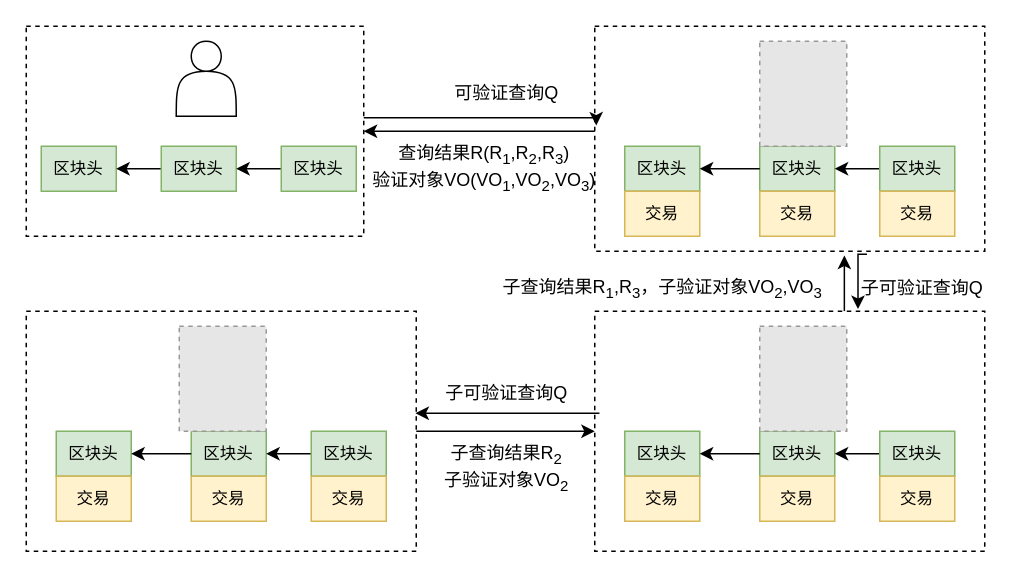
jue73/7339 keeps this draw.io diagram as page "3.7" (9 of 21) of 未命名绘图.drawio. Above is the earlier version. Source tidied: cells renumbered, new cells numbered last; positions are measured from the earlier drawing's top-left corner, leaving out a move shared by most shapes. Both pictures are drawn from the tidied source at 150%, with x=0, y=0 at pixel (26, 26). Pictures stored in the file or linked from it are replaced by grey dashed boxes.
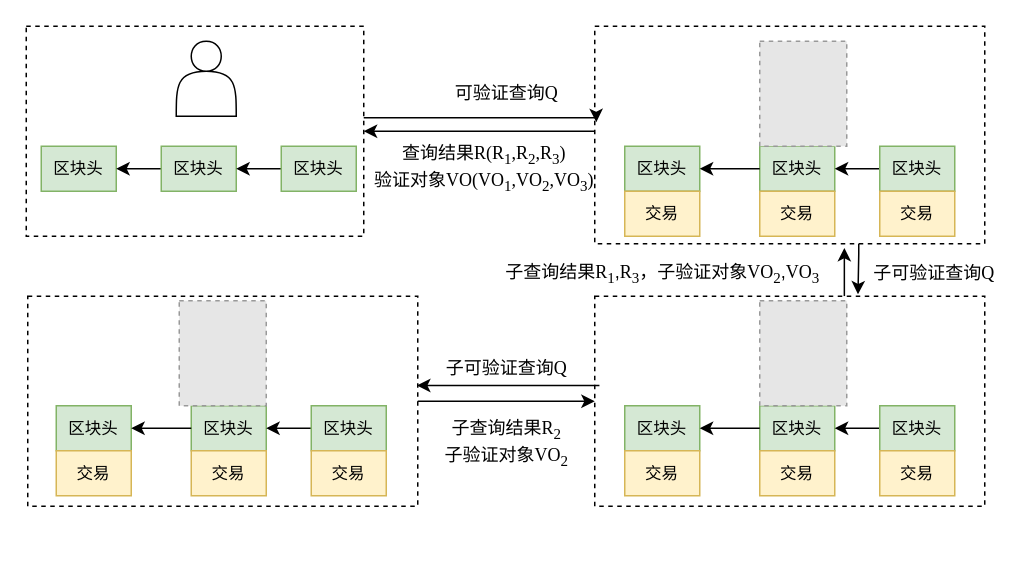
After the change.

What changed in the source:
```diff
@@
-    <mxCell id="2" style="edgeStyle=orthogonalEdgeStyle;rounded=0;jettySize=auto;html=1;exitX=0.698;exitY=1.013;exitDx=0;exitDy=0;entryX=0.675;entryY=-0.009;entryDx=0;entryDy=0;entryPerimeter=0;exitPerimeter=0;" parent="1" edge="1" source="3" target="35">
+    <mxCell id="2" style="edgeStyle=orthogonalEdgeStyle;rounded=0;jettySize=auto;html=1;entryX=0.675;entryY=-0.009;entryDx=0;entryDy=0;entryPerimeter=0;" parent="1" edge="1" target="35">
       <mxGeometry relative="1" as="geometry">
+        <mxPoint x="555" y="140" as="sourcePoint" />
         <Array as="points">
           <mxPoint x="555" y="152" />
         </Array>
       </mxGeometry>
     </mxCell>
     <mxCell id="3" style="rounded=0;whiteSpace=wrap;html=1;dashed=1;" parent="1" vertex="1">
-      <mxGeometry x="379" width="260" height="150" as="geometry" />
+      <mxGeometry x="379" width="260" height="145" as="geometry" />
     </mxCell>
-    <mxCell id="4" value="&lt;font face=&quot;Times New Roman&quot;&gt;&lt;span style=&quot;font-size: 11px;&quot;&gt;区块头&lt;/span&gt;&lt;/font&gt;" style="whiteSpace=wrap;html=1;fillColor=#d5e8d4;strokeColor=#82b366;" parent="1" vertex="1">
+    <mxCell id="4" value="&lt;span style=&quot;font-size: 11px;&quot;&gt;&lt;font face=&quot;宋体&quot;&gt;区块头&lt;/font&gt;&lt;/span&gt;" style="whiteSpace=wrap;html=1;fillColor=#d5e8d4;strokeColor=#82b366;" parent="1" vertex="1">
       <mxGeometry x="489" y="80" width="50" height="30" as="geometry" />
     </mxCell>
@@
-    <mxCell id="7" value="&lt;font face=&quot;Times New Roman&quot;&gt;&lt;span style=&quot;font-size: 11px;&quot;&gt;区块头&lt;/span&gt;&lt;/font&gt;" style="whiteSpace=wrap;html=1;fillColor=#d5e8d4;strokeColor=#82b366;" parent="1" vertex="1">
+    <mxCell id="7" value="&lt;span style=&quot;font-size: 11px;&quot;&gt;&lt;font face=&quot;宋体&quot;&gt;区块头&lt;/font&gt;&lt;/span&gt;" style="whiteSpace=wrap;html=1;fillColor=#d5e8d4;strokeColor=#82b366;" parent="1" vertex="1">
       <mxGeometry x="10" y="80" width="50" height="30" as="geometry" />
     </mxCell>
@@
-    <mxCell id="9" value="&lt;font face=&quot;Times New Roman&quot;&gt;&lt;span style=&quot;font-size: 11px;&quot;&gt;区块头&lt;/span&gt;&lt;/font&gt;" style="whiteSpace=wrap;html=1;fillColor=#d5e8d4;strokeColor=#82b366;" parent="1" vertex="1">
+    <mxCell id="9" value="&lt;span style=&quot;font-size: 11px;&quot;&gt;&lt;font face=&quot;宋体&quot;&gt;区块头&lt;/font&gt;&lt;/span&gt;" style="whiteSpace=wrap;html=1;fillColor=#d5e8d4;strokeColor=#82b366;" parent="1" vertex="1">
       <mxGeometry x="90" y="80" width="50" height="30" as="geometry" />
     </mxCell>
@@
-    <mxCell id="11" value="&lt;font face=&quot;Times New Roman&quot;&gt;&lt;span style=&quot;font-size: 11px;&quot;&gt;区块头&lt;/span&gt;&lt;/font&gt;" style="whiteSpace=wrap;html=1;fillColor=#d5e8d4;strokeColor=#82b366;" parent="1" vertex="1">
+    <mxCell id="11" value="&lt;span style=&quot;font-size: 11px;&quot;&gt;&lt;font face=&quot;宋体&quot;&gt;区块头&lt;/font&gt;&lt;/span&gt;" style="whiteSpace=wrap;html=1;fillColor=#d5e8d4;strokeColor=#82b366;" parent="1" vertex="1">
       <mxGeometry x="170" y="80" width="50" height="30" as="geometry" />
     </mxCell>
-    <mxCell id="12" value="&lt;font face=&quot;Times New Roman&quot;&gt;&lt;span style=&quot;font-size: 11px;&quot;&gt;区块头&lt;/span&gt;&lt;/font&gt;" style="whiteSpace=wrap;html=1;fillColor=#d5e8d4;strokeColor=#82b366;" parent="1" vertex="1">
+    <mxCell id="12" value="&lt;span style=&quot;font-size: 11px;&quot;&gt;&lt;font face=&quot;宋体&quot;&gt;区块头&lt;/font&gt;&lt;/span&gt;" style="whiteSpace=wrap;html=1;fillColor=#d5e8d4;strokeColor=#82b366;" parent="1" vertex="1">
       <mxGeometry x="399" y="80" width="50" height="30" as="geometry" />
     </mxCell>
-    <mxCell id="13" value="&lt;font face=&quot;Times New Roman&quot;&gt;&lt;span style=&quot;font-size: 11px;&quot;&gt;交易&lt;/span&gt;&lt;/font&gt;" style="whiteSpace=wrap;html=1;fillColor=#fff2cc;strokeColor=#d6b656;" parent="1" vertex="1">
+    <mxCell id="13" value="&lt;span style=&quot;font-size: 11px;&quot;&gt;&lt;font face=&quot;宋体&quot;&gt;交易&lt;/font&gt;&lt;/span&gt;" style="whiteSpace=wrap;html=1;fillColor=#fff2cc;strokeColor=#d6b656;" parent="1" vertex="1">
       <mxGeometry x="399" y="110" width="50" height="30" as="geometry" />
     </mxCell>
@@
-    <mxCell id="15" value="&lt;font face=&quot;Times New Roman&quot;&gt;&lt;span style=&quot;font-size: 11px;&quot;&gt;交易&lt;/span&gt;&lt;/font&gt;" style="whiteSpace=wrap;html=1;fillColor=#fff2cc;strokeColor=#d6b656;" parent="1" vertex="1">
+    <mxCell id="15" value="&lt;span style=&quot;font-size: 11px;&quot;&gt;&lt;font face=&quot;宋体&quot;&gt;交易&lt;/font&gt;&lt;/span&gt;" style="whiteSpace=wrap;html=1;fillColor=#fff2cc;strokeColor=#d6b656;" parent="1" vertex="1">
       <mxGeometry x="489" y="110" width="50" height="30" as="geometry" />
     </mxCell>
@@
-    <mxCell id="17" value="&lt;font face=&quot;Times New Roman&quot;&gt;&lt;span style=&quot;font-size: 11px;&quot;&gt;区块头&lt;/span&gt;&lt;/font&gt;" style="whiteSpace=wrap;html=1;fillColor=#d5e8d4;strokeColor=#82b366;" parent="1" vertex="1">
+    <mxCell id="17" value="&lt;span style=&quot;font-size: 11px;&quot;&gt;&lt;font face=&quot;宋体&quot;&gt;区块头&lt;/font&gt;&lt;/span&gt;" style="whiteSpace=wrap;html=1;fillColor=#d5e8d4;strokeColor=#82b366;" parent="1" vertex="1">
       <mxGeometry x="569" y="80" width="50" height="30" as="geometry" />
     </mxCell>
-    <mxCell id="18" value="&lt;font face=&quot;Times New Roman&quot;&gt;&lt;span style=&quot;font-size: 11px;&quot;&gt;交易&lt;/span&gt;&lt;/font&gt;" style="whiteSpace=wrap;html=1;fillColor=#fff2cc;strokeColor=#d6b656;" parent="1" vertex="1">
+    <mxCell id="18" value="&lt;span style=&quot;font-size: 11px;&quot;&gt;&lt;font face=&quot;宋体&quot;&gt;交易&lt;/font&gt;&lt;/span&gt;" style="whiteSpace=wrap;html=1;fillColor=#fff2cc;strokeColor=#d6b656;" parent="1" vertex="1">
       <mxGeometry x="569" y="110" width="50" height="30" as="geometry" />
     </mxCell>
@@
-    <mxCell id="21" value="可验证查询Q" style="text;html=1;align=center;verticalAlign=middle;strokeColor=none;fillColor=none;" parent="1" vertex="1">
+    <mxCell id="21" value="&lt;font face=&quot;宋体&quot;&gt;可验证查询&lt;/font&gt;&lt;font face=&quot;Times New Roman&quot;&gt;Q&lt;/font&gt;" style="text;html=1;align=center;verticalAlign=middle;strokeColor=none;fillColor=none;" parent="1" vertex="1">
       <mxGeometry x="275" y="30" width="90" height="30" as="geometry" />
     </mxCell>
@@
-    <mxCell id="23" value="查询结果R(R&lt;sub&gt;1&lt;/sub&gt;,R&lt;sub&gt;2&lt;/sub&gt;,R&lt;sub&gt;3&lt;/sub&gt;)&lt;div&gt;验证对象VO(VO&lt;sub&gt;1&lt;/sub&gt;,VO&lt;sub&gt;2&lt;/sub&gt;,VO&lt;sub&gt;3&lt;/sub&gt;)&lt;/div&gt;" style="text;html=1;align=center;verticalAlign=middle;strokeColor=none;fillColor=none;" parent="1" vertex="1">
+    <mxCell id="23" value="&lt;font face=&quot;宋体&quot;&gt;查询结果&lt;/font&gt;&lt;font face=&quot;Times New Roman&quot;&gt;R(R&lt;sub style=&quot;&quot;&gt;1&lt;/sub&gt;,R&lt;sub style=&quot;&quot;&gt;2&lt;/sub&gt;,R&lt;sub style=&quot;&quot;&gt;3&lt;/sub&gt;)&lt;/font&gt;&lt;div&gt;&lt;font face=&quot;宋体&quot;&gt;验证对象&lt;/font&gt;&lt;font face=&quot;Times New Roman&quot;&gt;VO(VO&lt;sub style=&quot;&quot;&gt;1&lt;/sub&gt;,VO&lt;sub style=&quot;&quot;&gt;2&lt;/sub&gt;,VO&lt;sub style=&quot;&quot;&gt;3&lt;/sub&gt;)&lt;/font&gt;&lt;/div&gt;" style="text;html=1;align=center;verticalAlign=middle;strokeColor=none;fillColor=none;" parent="1" vertex="1">
       <mxGeometry x="220" y="70" width="170" height="50" as="geometry" />
     </mxCell>
     <mxCell id="24" style="rounded=0;whiteSpace=wrap;html=1;dashed=1;" parent="1" vertex="1">
-      <mxGeometry y="190" width="260" height="160" as="geometry" />
+      <mxGeometry x="1" y="180" width="260" height="140" as="geometry" />
     </mxCell>
-    <mxCell id="25" value="&lt;font face=&quot;Times New Roman&quot;&gt;&lt;span style=&quot;font-size: 11px;&quot;&gt;区块头&lt;/span&gt;&lt;/font&gt;" style="whiteSpace=wrap;html=1;fillColor=#d5e8d4;strokeColor=#82b366;" parent="1" vertex="1">
-      <mxGeometry x="110" y="270" width="50" height="30" as="geometry" />
+    <mxCell id="25" value="&lt;span style=&quot;font-size: 11px;&quot;&gt;&lt;font face=&quot;宋体&quot;&gt;区块头&lt;/font&gt;&lt;/span&gt;" style="whiteSpace=wrap;html=1;fillColor=#d5e8d4;strokeColor=#82b366;" parent="1" vertex="1">
+      <mxGeometry x="110" y="253" width="50" height="30" as="geometry" />
     </mxCell>
-    <mxCell id="26" value="&lt;font face=&quot;Times New Roman&quot;&gt;&lt;span style=&quot;font-size: 11px;&quot;&gt;区块头&lt;/span&gt;&lt;/font&gt;" style="whiteSpace=wrap;html=1;fillColor=#d5e8d4;strokeColor=#82b366;" parent="1" vertex="1">
-      <mxGeometry x="20" y="270" width="50" height="30" as="geometry" />
+    <mxCell id="26" value="&lt;span style=&quot;font-size: 11px;&quot;&gt;&lt;font face=&quot;宋体&quot;&gt;区块头&lt;/font&gt;&lt;/span&gt;" style="whiteSpace=wrap;html=1;fillColor=#d5e8d4;strokeColor=#82b366;" parent="1" vertex="1">
+      <mxGeometry x="20" y="253" width="50" height="30" as="geometry" />
     </mxCell>
-    <mxCell id="27" value="&lt;font face=&quot;Times New Roman&quot;&gt;&lt;span style=&quot;font-size: 11px;&quot;&gt;交易&lt;/span&gt;&lt;/font&gt;" style="whiteSpace=wrap;html=1;fillColor=#fff2cc;strokeColor=#d6b656;" parent="1" vertex="1">
-      <mxGeometry x="20" y="300" width="50" height="30" as="geometry" />
+    <mxCell id="27" value="&lt;span style=&quot;font-size: 11px;&quot;&gt;&lt;font face=&quot;宋体&quot;&gt;交易&lt;/font&gt;&lt;/span&gt;" style="whiteSpace=wrap;html=1;fillColor=#fff2cc;strokeColor=#d6b656;" parent="1" vertex="1">
+      <mxGeometry x="20" y="283" width="50" height="30" as="geometry" />
     </mxCell>
@@
-    <mxCell id="29" value="&lt;font face=&quot;Times New Roman&quot;&gt;&lt;span style=&quot;font-size: 11px;&quot;&gt;交易&lt;/span&gt;&lt;/font&gt;" style="whiteSpace=wrap;html=1;fillColor=#fff2cc;strokeColor=#d6b656;" parent="1" vertex="1">
-      <mxGeometry x="110" y="300" width="50" height="30" as="geometry" />
+    <mxCell id="29" value="&lt;span style=&quot;font-size: 11px;&quot;&gt;&lt;font face=&quot;宋体&quot;&gt;交易&lt;/font&gt;&lt;/span&gt;" style="whiteSpace=wrap;html=1;fillColor=#fff2cc;strokeColor=#d6b656;" parent="1" vertex="1">
+      <mxGeometry x="110" y="283" width="50" height="30" as="geometry" />
     </mxCell>
@@
-    <mxCell id="31" value="&lt;font face=&quot;Times New Roman&quot;&gt;&lt;span style=&quot;font-size: 11px;&quot;&gt;区块头&lt;/span&gt;&lt;/font&gt;" style="whiteSpace=wrap;html=1;fillColor=#d5e8d4;strokeColor=#82b366;" parent="1" vertex="1">
-      <mxGeometry x="190" y="270" width="50" height="30" as="geometry" />
+    <mxCell id="31" value="&lt;span style=&quot;font-size: 11px;&quot;&gt;&lt;font face=&quot;宋体&quot;&gt;区块头&lt;/font&gt;&lt;/span&gt;" style="whiteSpace=wrap;html=1;fillColor=#d5e8d4;strokeColor=#82b366;" parent="1" vertex="1">
+      <mxGeometry x="190" y="253" width="50" height="30" as="geometry" />
     </mxCell>
-    <mxCell id="32" value="&lt;font face=&quot;Times New Roman&quot;&gt;&lt;span style=&quot;font-size: 11px;&quot;&gt;交易&lt;/span&gt;&lt;/font&gt;" style="whiteSpace=wrap;html=1;fillColor=#fff2cc;strokeColor=#d6b656;" parent="1" vertex="1">
-      <mxGeometry x="190" y="300" width="50" height="30" as="geometry" />
+    <mxCell id="32" value="&lt;span style=&quot;font-size: 11px;&quot;&gt;&lt;font face=&quot;宋体&quot;&gt;交易&lt;/font&gt;&lt;/span&gt;" style="whiteSpace=wrap;html=1;fillColor=#fff2cc;strokeColor=#d6b656;" parent="1" vertex="1">
+      <mxGeometry x="190" y="283" width="50" height="30" as="geometry" />
     </mxCell>
     <mxCell id="33" style="fillColor=#E6E6E6;strokeColor=#999999;dashed=1;verticalLabelPosition=bottom;labelBackgroundColor=default;verticalAlign=top;" parent="1" vertex="1">
-      <mxGeometry x="102" y="200" width="58" height="70" as="geometry" />
+      <mxGeometry x="102" y="183" width="58" height="70" as="geometry" />
     </mxCell>
@@
     <mxCell id="35" style="rounded=0;whiteSpace=wrap;html=1;dashed=1;" parent="1" vertex="1">
-      <mxGeometry x="379" y="190" width="260" height="160" as="geometry" />
+      <mxGeometry x="379" y="180" width="260" height="140" as="geometry" />
     </mxCell>
-    <mxCell id="36" value="&lt;font face=&quot;Times New Roman&quot;&gt;&lt;span style=&quot;font-size: 11px;&quot;&gt;区块头&lt;/span&gt;&lt;/font&gt;" style="whiteSpace=wrap;html=1;fillColor=#d5e8d4;strokeColor=#82b366;" parent="1" vertex="1">
-      <mxGeometry x="489" y="270" width="50" height="30" as="geometry" />
+    <mxCell id="36" value="&lt;span style=&quot;font-size: 11px;&quot;&gt;&lt;font face=&quot;宋体&quot;&gt;区块头&lt;/font&gt;&lt;/span&gt;" style="whiteSpace=wrap;html=1;fillColor=#d5e8d4;strokeColor=#82b366;" parent="1" vertex="1">
+      <mxGeometry x="489" y="253" width="50" height="30" as="geometry" />
     </mxCell>
-    <mxCell id="37" value="&lt;font face=&quot;Times New Roman&quot;&gt;&lt;span style=&quot;font-size: 11px;&quot;&gt;区块头&lt;/span&gt;&lt;/font&gt;" style="whiteSpace=wrap;html=1;fillColor=#d5e8d4;strokeColor=#82b366;" parent="1" vertex="1">
-      <mxGeometry x="399" y="270" width="50" height="30" as="geometry" />
+    <mxCell id="37" value="&lt;span style=&quot;font-size: 11px;&quot;&gt;&lt;font face=&quot;宋体&quot;&gt;区块头&lt;/font&gt;&lt;/span&gt;" style="whiteSpace=wrap;html=1;fillColor=#d5e8d4;strokeColor=#82b366;" parent="1" vertex="1">
+      <mxGeometry x="399" y="253" width="50" height="30" as="geometry" />
     </mxCell>
-    <mxCell id="38" value="&lt;font face=&quot;Times New Roman&quot;&gt;&lt;span style=&quot;font-size: 11px;&quot;&gt;交易&lt;/span&gt;&lt;/font&gt;" style="whiteSpace=wrap;html=1;fillColor=#fff2cc;strokeColor=#d6b656;" parent="1" vertex="1">
-      <mxGeometry x="399" y="300" width="50" height="30" as="geometry" />
+    <mxCell id="38" value="&lt;span style=&quot;font-size: 11px;&quot;&gt;&lt;font face=&quot;宋体&quot;&gt;交易&lt;/font&gt;&lt;/span&gt;" style="whiteSpace=wrap;html=1;fillColor=#fff2cc;strokeColor=#d6b656;" parent="1" vertex="1">
+      <mxGeometry x="399" y="283" width="50" height="30" as="geometry" />
     </mxCell>
@@
-    <mxCell id="40" value="&lt;font face=&quot;Times New Roman&quot;&gt;&lt;span style=&quot;font-size: 11px;&quot;&gt;交易&lt;/span&gt;&lt;/font&gt;" style="whiteSpace=wrap;html=1;fillColor=#fff2cc;strokeColor=#d6b656;" parent="1" vertex="1">
-      <mxGeometry x="489" y="300" width="50" height="30" as="geometry" />
+    <mxCell id="40" value="&lt;span style=&quot;font-size: 11px;&quot;&gt;&lt;font face=&quot;宋体&quot;&gt;交易&lt;/font&gt;&lt;/span&gt;" style="whiteSpace=wrap;html=1;fillColor=#fff2cc;strokeColor=#d6b656;" parent="1" vertex="1">
+      <mxGeometry x="489" y="283" width="50" height="30" as="geometry" />
     </mxCell>
@@
-    <mxCell id="42" value="&lt;font face=&quot;Times New Roman&quot;&gt;&lt;span style=&quot;font-size: 11px;&quot;&gt;区块头&lt;/span&gt;&lt;/font&gt;" style="whiteSpace=wrap;html=1;fillColor=#d5e8d4;strokeColor=#82b366;" parent="1" vertex="1">
-      <mxGeometry x="569" y="270" width="50" height="30" as="geometry" />
+    <mxCell id="42" value="&lt;span style=&quot;font-size: 11px;&quot;&gt;&lt;font face=&quot;宋体&quot;&gt;区块头&lt;/font&gt;&lt;/span&gt;" style="whiteSpace=wrap;html=1;fillColor=#d5e8d4;strokeColor=#82b366;" parent="1" vertex="1">
+      <mxGeometry x="569" y="253" width="50" height="30" as="geometry" />
     </mxCell>
-    <mxCell id="43" value="&lt;font face=&quot;Times New Roman&quot;&gt;&lt;span style=&quot;font-size: 11px;&quot;&gt;交易&lt;/span&gt;&lt;/font&gt;" style="whiteSpace=wrap;html=1;fillColor=#fff2cc;strokeColor=#d6b656;" parent="1" vertex="1">
-      <mxGeometry x="569" y="300" width="50" height="30" as="geometry" />
+    <mxCell id="43" value="&lt;span style=&quot;font-size: 11px;&quot;&gt;&lt;font face=&quot;宋体&quot;&gt;交易&lt;/font&gt;&lt;/span&gt;" style="whiteSpace=wrap;html=1;fillColor=#fff2cc;strokeColor=#d6b656;" parent="1" vertex="1">
+      <mxGeometry x="569" y="283" width="50" height="30" as="geometry" />
     </mxCell>
     <mxCell id="44" style="fillColor=#E6E6E6;strokeColor=#999999;dashed=1;verticalLabelPosition=bottom;labelBackgroundColor=default;verticalAlign=top;" parent="1" vertex="1">
-      <mxGeometry x="489" y="200" width="58" height="70" as="geometry" />
+      <mxGeometry x="489" y="183" width="58" height="70" as="geometry" />
     </mxCell>
@@
-    <mxCell id="46" value="子可验证查询Q" style="text;html=1;align=center;verticalAlign=middle;strokeColor=none;fillColor=none;rotation=0;" parent="1" vertex="1">
-      <mxGeometry x="270" y="230" width="100" height="30" as="geometry" />
+    <mxCell id="46" value="&lt;font face=&quot;宋体&quot;&gt;子可验证查询&lt;/font&gt;&lt;font face=&quot;Times New Roman&quot;&gt;Q&lt;/font&gt;" style="text;html=1;align=center;verticalAlign=middle;strokeColor=none;fillColor=none;rotation=0;" parent="1" vertex="1">
+      <mxGeometry x="270" y="213" width="100" height="30" as="geometry" />
     </mxCell>
@@
-    <mxCell id="48" value="子查询结果R&lt;sub&gt;2&lt;/sub&gt;&lt;div&gt;子验证对象VO&lt;sub&gt;2&lt;/sub&gt;&lt;/div&gt;" style="text;html=1;align=center;verticalAlign=middle;strokeColor=none;fillColor=none;rotation=0;" parent="1" vertex="1">
-      <mxGeometry x="265" y="270" width="110" height="50" as="geometry" />
+    <mxCell id="48" value="&lt;font face=&quot;宋体&quot;&gt;子查询结果&lt;/font&gt;&lt;font face=&quot;Times New Roman&quot;&gt;R&lt;sub&gt;2&lt;/sub&gt;&lt;/font&gt;&lt;div&gt;&lt;font face=&quot;宋体&quot;&gt;子验证对象&lt;/font&gt;&lt;font face=&quot;Times New Roman&quot;&gt;VO&lt;sub&gt;2&lt;/sub&gt;&lt;/font&gt;&lt;/div&gt;" style="text;html=1;align=center;verticalAlign=middle;strokeColor=none;fillColor=none;rotation=0;" parent="1" vertex="1">
+      <mxGeometry x="265" y="253" width="110" height="50" as="geometry" />
     </mxCell>
-    <mxCell id="49" value="子可验证查询Q" style="text;html=1;align=center;verticalAlign=middle;strokeColor=none;fillColor=none;rotation=0;" parent="1" vertex="1">
-      <mxGeometry x="547" y="160" width="100" height="30" as="geometry" />
+    <mxCell id="49" value="&lt;font face=&quot;宋体&quot;&gt;子可验证查询&lt;/font&gt;&lt;font face=&quot;Times New Roman&quot;&gt;Q&lt;/font&gt;" style="text;html=1;align=center;verticalAlign=middle;strokeColor=none;fillColor=none;rotation=0;" parent="1" vertex="1">
+      <mxGeometry x="555" y="150" width="100" height="30" as="geometry" />
     </mxCell>
-    <mxCell id="50" value="子查询结果R&lt;sub&gt;1&lt;/sub&gt;,R&lt;sub&gt;3&lt;/sub&gt;，子验证对象VO&lt;sub&gt;2&lt;/sub&gt;,VO&lt;sub&gt;3&lt;/sub&gt;" style="text;html=1;align=center;verticalAlign=middle;strokeColor=none;fillColor=none;rotation=0;" parent="1" vertex="1">
-      <mxGeometry x="304" y="160" width="240" height="30" as="geometry" />
+    <mxCell id="50" value="&lt;font face=&quot;宋体&quot;&gt;子查询结果&lt;/font&gt;&lt;font face=&quot;Times New Roman&quot;&gt;R&lt;sub style=&quot;&quot;&gt;1&lt;/sub&gt;&lt;/font&gt;&lt;font face=&quot;宋体&quot;&gt;,&lt;/font&gt;&lt;font face=&quot;Times New Roman&quot;&gt;R&lt;sub style=&quot;&quot;&gt;3&lt;/sub&gt;&lt;/font&gt;&lt;font face=&quot;宋体&quot;&gt;，子验证对象&lt;/font&gt;&lt;font face=&quot;Times New Roman&quot;&gt;VO&lt;sub style=&quot;&quot;&gt;2&lt;/sub&gt;&lt;/font&gt;&lt;font face=&quot;宋体&quot;&gt;,&lt;/font&gt;&lt;font face=&quot;Times New Roman&quot;&gt;VO&lt;sub style=&quot;&quot;&gt;3&lt;/sub&gt;&lt;/font&gt;" style="text;html=1;align=center;verticalAlign=middle;strokeColor=none;fillColor=none;rotation=0;" parent="1" vertex="1">
+      <mxGeometry x="304" y="150" width="240" height="30" as="geometry" />
     </mxCell>
```
